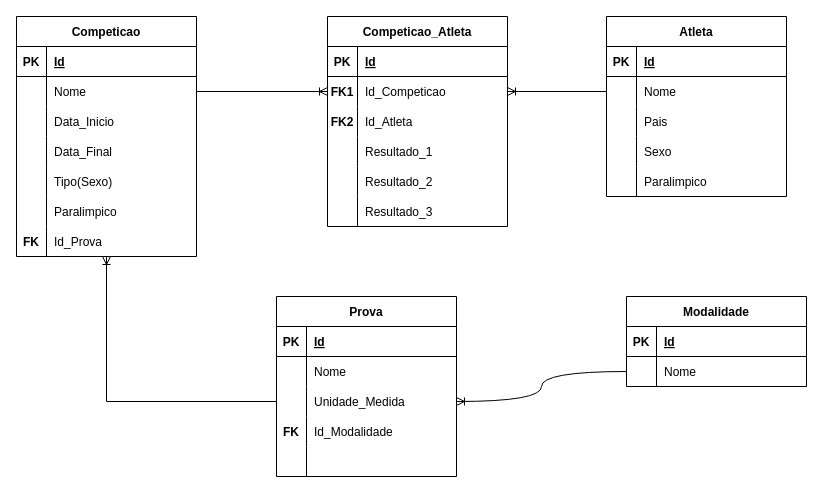
The draw.io diagram banco/api_ev_cob.drawio in raphacp/api_ev_cob, before the edit. Source tidied: cells renumbered, new cells numbered last; positions are measured from the earlier drawing's top-left corner, leaving out a move shared by most shapes. Both pictures are drawn from the tidied source at 100%, with x=0, y=0 at pixel (16, 16).
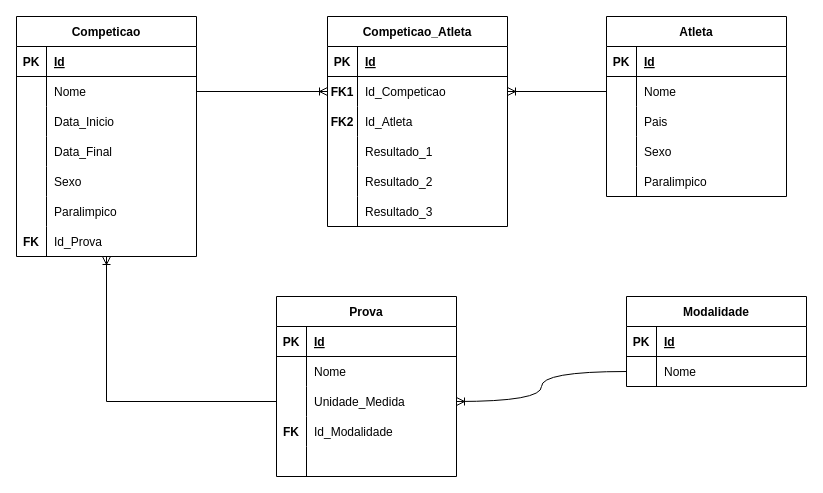
The same page after the edit.

Unchanged cells that the change refers to:
```xml
<mxCell id="15" style="shape=tableRow;horizontal=0;startSize=0;swimlaneHead=0;swimlaneBody=0;fillColor=none;top=0;left=0;right=0;bottom=0;" parent="2" vertex="1">
  <mxGeometry y="150" width="180" height="30" as="geometry" />
</mxCell>
```

Change to the diagram source:
```diff
@@
-    <mxCell id="17" value="Tipo(Sexo)" style="shape=partialRectangle;fillColor=none;top=0;left=0;bottom=0;right=0;align=left;spacingLeft=6;overflow=hidden;" parent="15" vertex="1">
+    <mxCell id="17" value="Sexo" style="shape=partialRectangle;fillColor=none;top=0;left=0;bottom=0;right=0;align=left;spacingLeft=6;overflow=hidden;" parent="15" vertex="1">
       <mxGeometry x="30" width="150" height="30" as="geometry" />
     </mxCell>
```
